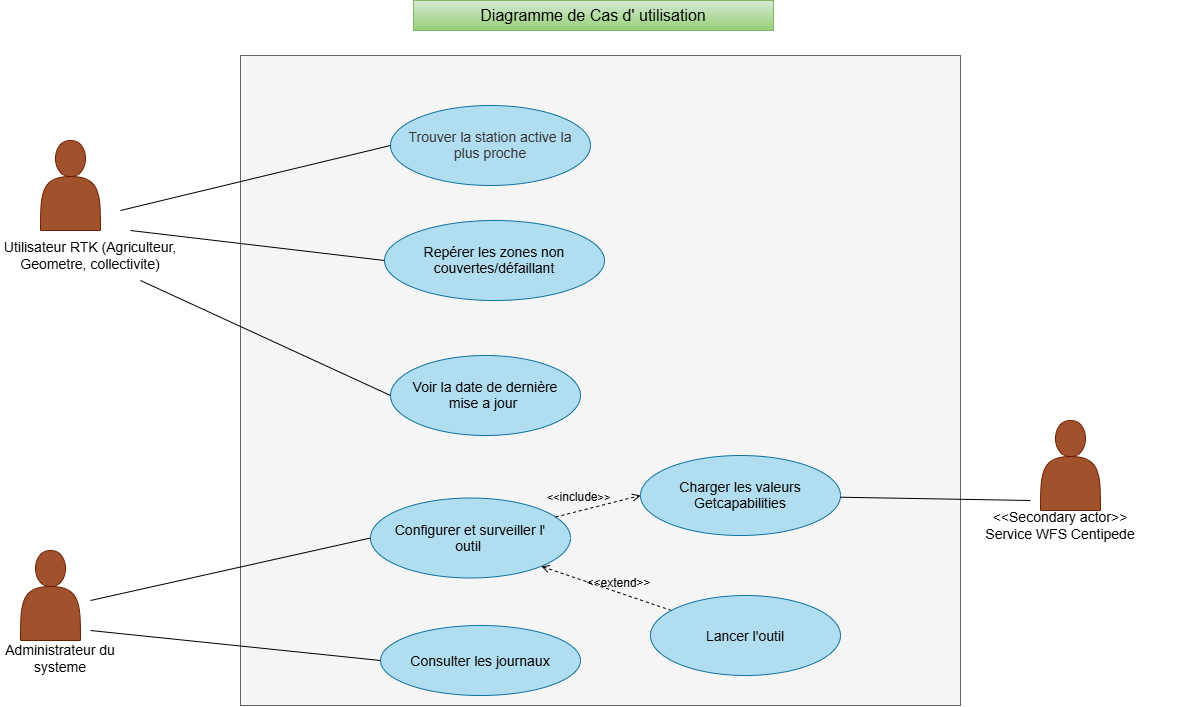
Earlier version of the draw.io export Diagramme de cas d'utilisation.drawio.png (Akatebra/Projet_Info_Voronoi). Source tidied: cells renumbered, new cells last; positions are measured from the earlier drawing's top-left corner, leaving out a move shared by most shapes. The source it was exported from:
```xml
<mxGraphModel>
  <root>
    <mxCell id="0" />
    <mxCell id="1" parent="0" />
    <mxCell id="2" value="&lt;span style=&quot;color: rgba(0, 0, 0, 0); font-family: monospace; font-size: 1px; text-align: start; white-space: nowrap;&quot;&gt;%3CmxGraphModel%3E%3Croot%3E%3CmxCell%20id%3D%220%22%2F%3E%3CmxCell%20id%3D%221%22%20parent%3D%220%22%2F%3E%3CmxCell%20id%3D%222%22%20parent%3D%221%22%20style%3D%22ellipse%3BwhiteSpace%3Dwrap%3Bhtml%3D1%3BshapeInside%3D1%3BfillColor%3D%23dae8fc%3BstrokeColor%3D%236c8ebf%3B%22%20value%3D%22Configurer%20et%20surveiller%20l'%20outil%26amp%3Bnbsp%3B%22%20vertex%3D%221%22%3E%3CmxGeometry%20height%3D%2255%22%20width%3D%22190%22%20x%3D%22319%22%20y%3D%22630%22%20as%3D%22geometry%22%2F%3E%3C%2FmxCell%3E%3C%2Froot%3E%3C%2FmxGraphModel%3E&lt;/span&gt;" style="rounded=0;whiteSpace=wrap;html=1;rotation=90;fillColor=#f5f5f5;strokeColor=#666666;fontColor=#333333;" parent="1" vertex="1">
      <mxGeometry x="275" y="20" width="650" height="720" as="geometry" />
    </mxCell>
    <mxCell id="3" style="shape=actor;whiteSpace=wrap;html=1;fillColor=#a0522d;fontColor=#ffffff;strokeColor=#6D1F00;" parent="1" vertex="1">
      <mxGeometry x="40" y="140" width="60" height="90" as="geometry" />
    </mxCell>
    <mxCell id="4" value="&lt;font style=&quot;font-size: 14px;&quot;&gt;Utilisateur RTK (Agriculteur, Geometre, collectivite)&lt;/font&gt;" style="text;html=1;whiteSpace=wrap;strokeColor=none;fillColor=none;align=center;verticalAlign=middle;rounded=0;" parent="1" vertex="1">
      <mxGeometry y="240" width="180" height="30" as="geometry" />
    </mxCell>
    <mxCell id="5" style="shape=actor;whiteSpace=wrap;html=1;fillColor=#a0522d;fontColor=#ffffff;strokeColor=#6D1F00;" parent="1" vertex="1">
      <mxGeometry x="20" y="550" width="60" height="90" as="geometry" />
    </mxCell>
    <mxCell id="6" value="&lt;span style=&quot;color: rgb(51, 51, 51);&quot;&gt;&lt;font style=&quot;font-size: 14px;&quot;&gt;Trouver la station active la plus proche&lt;/font&gt;&lt;/span&gt;" style="ellipse;whiteSpace=wrap;html=1;shapeInside=1;fillColor=#b1ddf0;strokeColor=#10739e;" parent="1" vertex="1">
      <mxGeometry x="390" y="105" width="200" height="80" as="geometry" />
    </mxCell>
    <mxCell id="7" value="&lt;font style=&quot;font-size: 14px;&quot;&gt;Repérer les zones non couvertes/défaillant&lt;/font&gt;" style="ellipse;whiteSpace=wrap;html=1;shapeInside=1;fillColor=#b1ddf0;strokeColor=#10739e;" parent="1" vertex="1">
      <mxGeometry x="384" y="220" width="220" height="80" as="geometry" />
    </mxCell>
    <mxCell id="8" value="&lt;font style=&quot;font-size: 14px;&quot;&gt;Voir la date de dernière mise a jour&amp;nbsp;&lt;/font&gt;" style="ellipse;whiteSpace=wrap;html=1;shapeInside=1;fillColor=#b1ddf0;strokeColor=#10739e;" parent="1" vertex="1">
      <mxGeometry x="390" y="355" width="190" height="80" as="geometry" />
    </mxCell>
    <mxCell id="9" value="&lt;font style=&quot;font-size: 14px;&quot;&gt;Administrateur du systeme&lt;/font&gt;" style="text;html=1;whiteSpace=wrap;strokeColor=none;fillColor=none;align=center;verticalAlign=middle;rounded=0;" parent="1" vertex="1">
      <mxGeometry y="642.5" width="120" height="30" as="geometry" />
    </mxCell>
    <mxCell id="10" value="&lt;font style=&quot;font-size: 14px;&quot;&gt;Configurer et surveiller l' outil&amp;nbsp;&lt;/font&gt;" style="ellipse;whiteSpace=wrap;html=1;shapeInside=1;fillColor=#b1ddf0;strokeColor=#10739e;" parent="1" vertex="1">
      <mxGeometry x="370" y="497.5" width="200" height="80" as="geometry" />
    </mxCell>
    <mxCell id="11" value="&lt;font style=&quot;font-size: 14px;&quot;&gt;Consulter les journaux&lt;/font&gt;" style="ellipse;whiteSpace=wrap;html=1;shapeInside=1;fillColor=#b1ddf0;strokeColor=#10739e;" parent="1" vertex="1">
      <mxGeometry x="380" y="625" width="200" height="70" as="geometry" />
    </mxCell>
    <mxCell id="12" value="&lt;font style=&quot;font-size: 12px;&quot;&gt;&amp;lt;&amp;lt;extend&amp;gt;&amp;gt;&lt;/font&gt;" style="html=1;verticalAlign=bottom;labelBackgroundColor=none;endArrow=open;endFill=0;dashed=1;rounded=0;defaultLabelBackgroundColor=page;labelPadding=0 4;entryX=1;entryY=1;entryDx=0;entryDy=0;" parent="1" edge="1" source="13" target="10">
      <mxGeometry x="-0.19" relative="1" as="geometry" />
    </mxCell>
    <mxCell id="13" value="&lt;font style=&quot;font-size: 14px;&quot;&gt;Lancer l'outil&lt;/font&gt;" style="ellipse;whiteSpace=wrap;html=1;shapeInside=1;fillColor=#b1ddf0;strokeColor=#10739e;" parent="1" vertex="1">
      <mxGeometry x="650" y="595" width="190" height="80" as="geometry" />
    </mxCell>
    <mxCell id="14" value="&amp;lt;&amp;lt;&lt;font style=&quot;font-size: 12px;&quot;&gt;include&lt;/font&gt;&amp;gt;&amp;gt;" style="html=1;verticalAlign=bottom;labelBackgroundColor=none;endArrow=open;endFill=0;dashed=1;rounded=0;defaultLabelBackgroundColor=page;labelPadding=0 4;entryX=0;entryY=0.5;entryDx=0;entryDy=0;" parent="1" edge="1" source="10" target="15">
      <mxGeometry x="-0.44" y="4" relative="1" as="geometry" />
    </mxCell>
    <mxCell id="15" value="&lt;font style=&quot;font-size: 14px;&quot;&gt;Charger les valeurs Getcapabilities&lt;/font&gt;" style="ellipse;whiteSpace=wrap;html=1;shapeInside=1;fillColor=#b1ddf0;strokeColor=#10739e;" parent="1" vertex="1">
      <mxGeometry x="640" y="455" width="200" height="80" as="geometry" />
    </mxCell>
    <mxCell id="16" style="endArrow=none;html=1;rounded=0;defaultLabelBackgroundColor=page;labelPadding=0 4;entryX=0;entryY=0.5;entryDx=0;entryDy=0;" parent="1" edge="1" target="6">
      <mxGeometry relative="1" as="geometry">
        <mxPoint x="120" y="210" as="sourcePoint" />
      </mxGeometry>
    </mxCell>
    <mxCell id="17" style="endArrow=none;html=1;rounded=0;defaultLabelBackgroundColor=page;labelPadding=0 4;entryX=0;entryY=0.5;entryDx=0;entryDy=0;" parent="1" edge="1" target="7">
      <mxGeometry relative="1" as="geometry">
        <mxPoint x="130" y="230" as="sourcePoint" />
      </mxGeometry>
    </mxCell>
    <mxCell id="18" style="endArrow=none;html=1;rounded=0;defaultLabelBackgroundColor=page;labelPadding=0 4;entryX=0;entryY=0.5;entryDx=0;entryDy=0;" parent="1" edge="1" target="8">
      <mxGeometry relative="1" as="geometry">
        <mxPoint x="140" y="280" as="sourcePoint" />
      </mxGeometry>
    </mxCell>
    <mxCell id="19" style="endArrow=none;html=1;rounded=0;defaultLabelBackgroundColor=page;labelPadding=0 4;entryX=0;entryY=0.5;entryDx=0;entryDy=0;" parent="1" edge="1" target="10">
      <mxGeometry relative="1" as="geometry">
        <mxPoint x="90" y="600" as="sourcePoint" />
      </mxGeometry>
    </mxCell>
    <mxCell id="20" style="endArrow=none;html=1;rounded=0;defaultLabelBackgroundColor=page;labelPadding=0 4;entryX=0;entryY=0.5;entryDx=0;entryDy=0;" parent="1" edge="1" target="11">
      <mxGeometry relative="1" as="geometry">
        <mxPoint x="90" y="630" as="sourcePoint" />
      </mxGeometry>
    </mxCell>
    <mxCell id="21" style="shape=actor;whiteSpace=wrap;html=1;fillColor=#a0522d;fontColor=#ffffff;strokeColor=#6D1F00;" parent="1" vertex="1">
      <mxGeometry x="1040" y="420" width="60" height="90" as="geometry" />
    </mxCell>
    <mxCell id="22" style="endArrow=none;html=1;rounded=0;defaultLabelBackgroundColor=page;labelPadding=0 4;" parent="1" edge="1" source="15">
      <mxGeometry relative="1" as="geometry">
        <mxPoint x="1030" y="500" as="targetPoint" />
      </mxGeometry>
    </mxCell>
    <mxCell id="23" value="&lt;font style=&quot;font-size: 14px;&quot;&gt;&amp;lt;&amp;lt;Secondary actor&amp;gt;&amp;gt;&lt;/font&gt;&lt;div&gt;&lt;font style=&quot;font-size: 14px;&quot;&gt;Service WFS Centipede&lt;/font&gt;&lt;/div&gt;" style="text;html=1;whiteSpace=wrap;strokeColor=none;fillColor=none;align=center;verticalAlign=middle;rounded=0;" parent="1" vertex="1">
      <mxGeometry x="940" y="510" width="240" height="30" as="geometry" />
    </mxCell>
    <mxCell id="24" value="&lt;font style=&quot;font-size: 16px;&quot;&gt;Diagramme de Cas d' utilisation&lt;/font&gt;" style="text;html=1;whiteSpace=wrap;strokeColor=#82b366;fillColor=#d5e8d4;align=center;verticalAlign=middle;rounded=0;gradientColor=#97d077;" parent="1" vertex="1">
      <mxGeometry x="413" width="360" height="30" as="geometry" />
    </mxCell>
  </root>
</mxGraphModel>
```
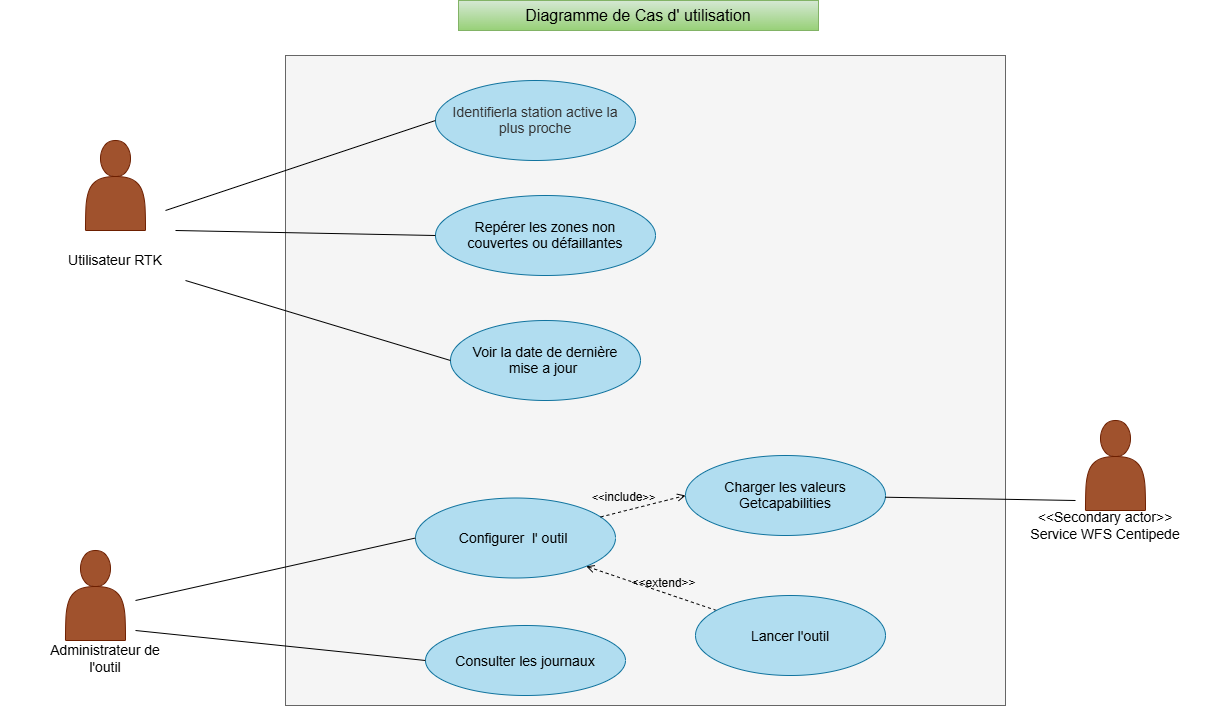
The same file after the commit.

Commit message:
Mettre à jour Diagramme de cas d'utilisation.drawio.png

Diff of the diagram source:
```diff
@@ -8,25 +8,25 @@
     <mxCell id="3" style="shape=actor;whiteSpace=wrap;html=1;fillColor=#a0522d;fontColor=#ffffff;strokeColor=#6D1F00;" parent="1" vertex="1">
       <mxGeometry x="40" y="140" width="60" height="90" as="geometry" />
     </mxCell>
-    <mxCell id="4" value="&lt;font style=&quot;font-size: 14px;&quot;&gt;Utilisateur RTK (Agriculteur, Geometre, collectivite)&lt;/font&gt;" style="text;html=1;whiteSpace=wrap;strokeColor=none;fillColor=none;align=center;verticalAlign=middle;rounded=0;" parent="1" vertex="1">
-      <mxGeometry y="240" width="180" height="30" as="geometry" />
+    <mxCell id="4" value="&lt;font style=&quot;font-size: 14px;&quot;&gt;Utilisateur RTK&lt;/font&gt;" style="text;html=1;whiteSpace=wrap;strokeColor=none;fillColor=none;align=center;verticalAlign=middle;rounded=0;" parent="1" vertex="1">
+      <mxGeometry x="-45" y="245" width="230" height="30" as="geometry" />
     </mxCell>
     <mxCell id="5" style="shape=actor;whiteSpace=wrap;html=1;fillColor=#a0522d;fontColor=#ffffff;strokeColor=#6D1F00;" parent="1" vertex="1">
       <mxGeometry x="20" y="550" width="60" height="90" as="geometry" />
     </mxCell>
-    <mxCell id="6" value="&lt;span style=&quot;color: rgb(51, 51, 51);&quot;&gt;&lt;font style=&quot;font-size: 14px;&quot;&gt;Trouver la station active la plus proche&lt;/font&gt;&lt;/span&gt;" style="ellipse;whiteSpace=wrap;html=1;shapeInside=1;fillColor=#b1ddf0;strokeColor=#10739e;" parent="1" vertex="1">
-      <mxGeometry x="390" y="105" width="200" height="80" as="geometry" />
+    <mxCell id="6" value="&lt;span style=&quot;color: rgb(51, 51, 51);&quot;&gt;&lt;font style=&quot;font-size: 14px;&quot;&gt;Identifierla station active la plus proche&lt;/font&gt;&lt;/span&gt;" style="ellipse;whiteSpace=wrap;html=1;shapeInside=1;fillColor=#b1ddf0;strokeColor=#10739e;" parent="1" vertex="1">
+      <mxGeometry x="390" y="80" width="200" height="80" as="geometry" />
     </mxCell>
-    <mxCell id="7" value="&lt;font style=&quot;font-size: 14px;&quot;&gt;Repérer les zones non couvertes/défaillant&lt;/font&gt;" style="ellipse;whiteSpace=wrap;html=1;shapeInside=1;fillColor=#b1ddf0;strokeColor=#10739e;" parent="1" vertex="1">
-      <mxGeometry x="384" y="220" width="220" height="80" as="geometry" />
+    <mxCell id="7" value="&lt;font style=&quot;font-size: 14px;&quot;&gt;Repérer les zones non couvertes ou défaillantes&lt;/font&gt;" style="ellipse;whiteSpace=wrap;html=1;shapeInside=1;fillColor=#b1ddf0;strokeColor=#10739e;" parent="1" vertex="1">
+      <mxGeometry x="390" y="195" width="220" height="80" as="geometry" />
     </mxCell>
     <mxCell id="8" value="&lt;font style=&quot;font-size: 14px;&quot;&gt;Voir la date de dernière mise a jour&amp;nbsp;&lt;/font&gt;" style="ellipse;whiteSpace=wrap;html=1;shapeInside=1;fillColor=#b1ddf0;strokeColor=#10739e;" parent="1" vertex="1">
-      <mxGeometry x="390" y="355" width="190" height="80" as="geometry" />
+      <mxGeometry x="405" y="320" width="190" height="80" as="geometry" />
     </mxCell>
-    <mxCell id="9" value="&lt;font style=&quot;font-size: 14px;&quot;&gt;Administrateur du systeme&lt;/font&gt;" style="text;html=1;whiteSpace=wrap;strokeColor=none;fillColor=none;align=center;verticalAlign=middle;rounded=0;" parent="1" vertex="1">
+    <mxCell id="9" value="&lt;font style=&quot;font-size: 14px;&quot;&gt;Administrateur de l'outil&lt;/font&gt;" style="text;html=1;whiteSpace=wrap;strokeColor=none;fillColor=none;align=center;verticalAlign=middle;rounded=0;" parent="1" vertex="1">
       <mxGeometry y="642.5" width="120" height="30" as="geometry" />
     </mxCell>
-    <mxCell id="10" value="&lt;font style=&quot;font-size: 14px;&quot;&gt;Configurer et surveiller l' outil&amp;nbsp;&lt;/font&gt;" style="ellipse;whiteSpace=wrap;html=1;shapeInside=1;fillColor=#b1ddf0;strokeColor=#10739e;" parent="1" vertex="1">
+    <mxCell id="10" value="&lt;font style=&quot;font-size: 14px;&quot;&gt;Configurer&amp;nbsp; l' outil&amp;nbsp;&lt;/font&gt;" style="ellipse;whiteSpace=wrap;html=1;shapeInside=1;fillColor=#b1ddf0;strokeColor=#10739e;" parent="1" vertex="1">
       <mxGeometry x="370" y="497.5" width="200" height="80" as="geometry" />
     </mxCell>
     <mxCell id="11" value="&lt;font style=&quot;font-size: 14px;&quot;&gt;Consulter les journaux&lt;/font&gt;" style="ellipse;whiteSpace=wrap;html=1;shapeInside=1;fillColor=#b1ddf0;strokeColor=#10739e;" parent="1" vertex="1">
```
